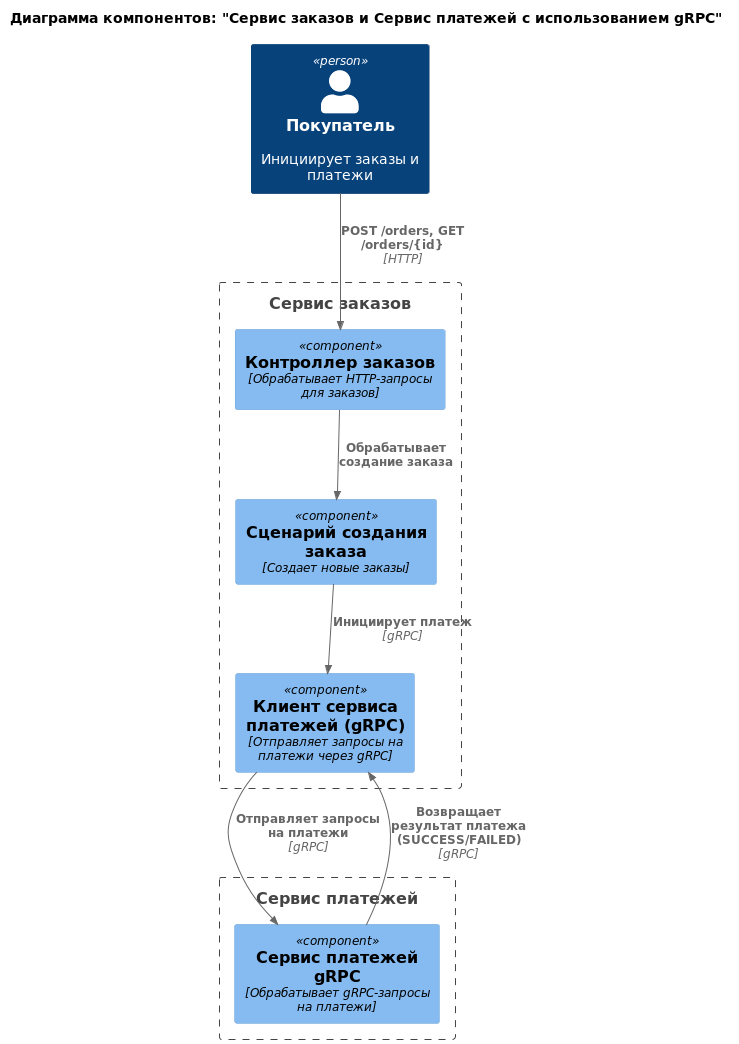
Above: docs/diagrams/c4_components_order_payment.png in Lehater/msa-grpc-service-example (PlantUML), before the change.
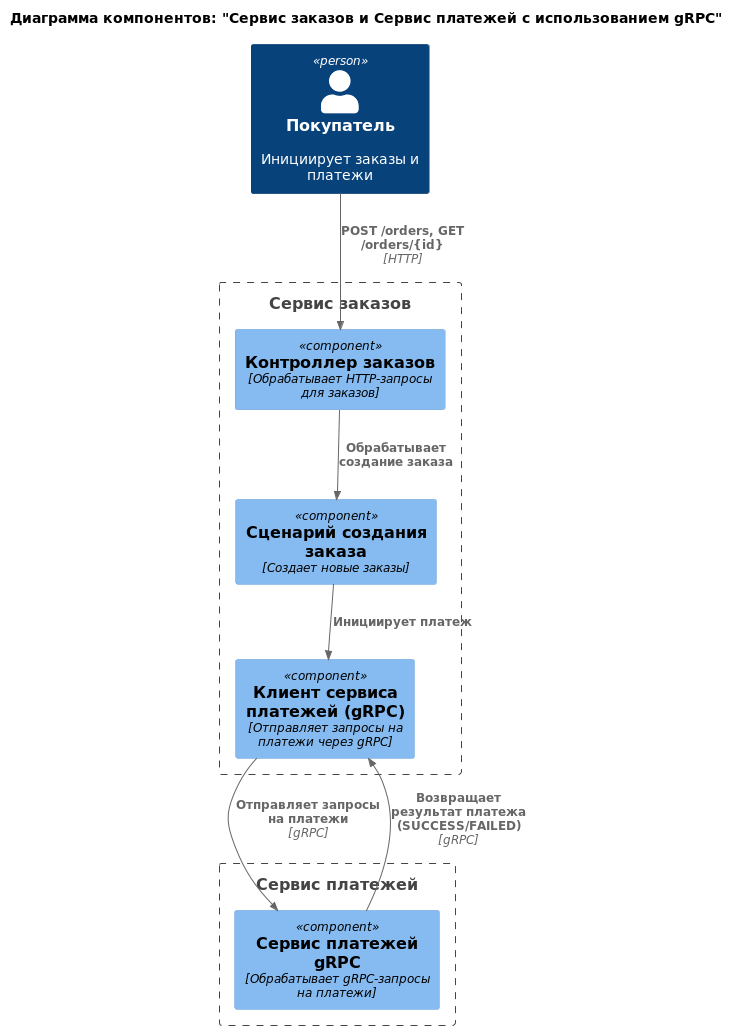
The same diagram one commit later.

Diff of the diagram source:
```diff
@@ -16,7 +16,7 @@
 
 Rel(Customer, OrderController, "POST /orders, GET /orders/{id}", "HTTP")
 Rel(OrderController, CreateOrderUseCase, "Обрабатывает создание заказа")
-Rel(CreateOrderUseCase, PaymentServiceClient, "Инициирует платеж", "gRPC")
+Rel(CreateOrderUseCase, PaymentServiceClient, "Инициирует платеж")
 Rel(PaymentServiceClient, PaymentServiceGrpc, "Отправляет запросы на платежи", "gRPC")
 Rel(PaymentServiceGrpc, PaymentServiceClient, "Возвращает результат платежа (SUCCESS/FAILED)", "gRPC")
 @enduml
```
